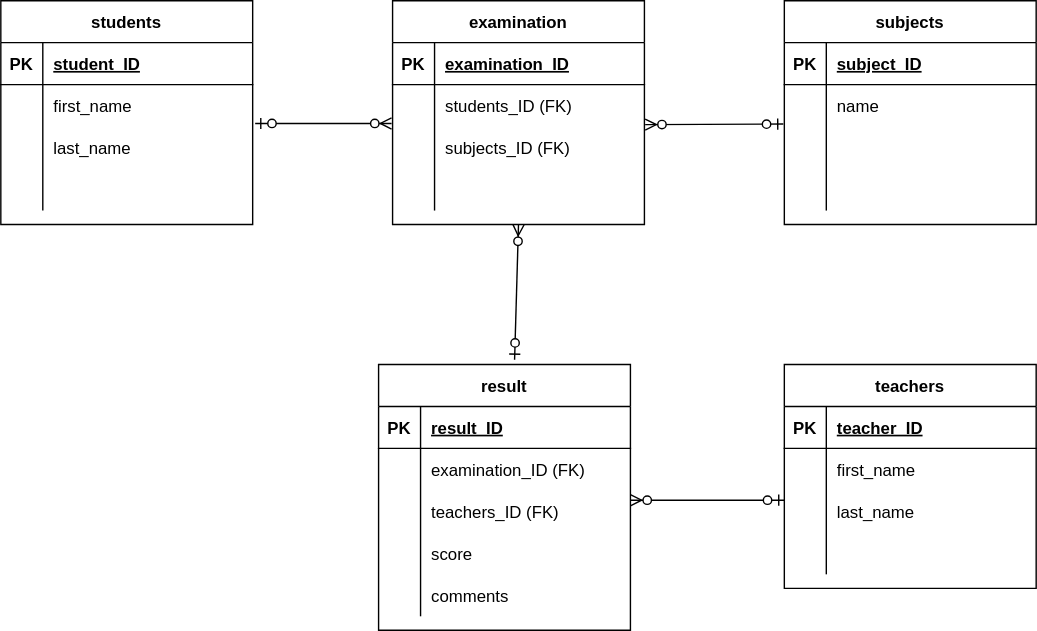
kaoriyatate/20221216_yatate keeps this draw.io diagram as index.drawio.svg. Above is the earlier version. Source tidied: cells renumbered, new cells last; positions are measured from the earlier drawing's top-left corner, leaving out a move shared by most shapes.
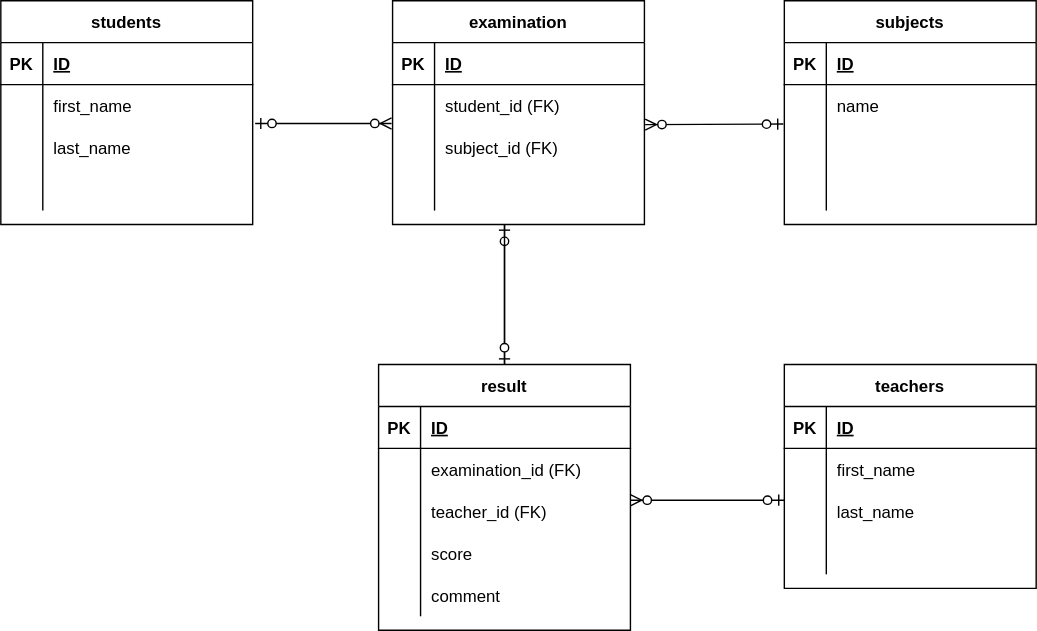
The same diagram one commit later.

What changed in the source:
```diff
@@ -11,7 +11,7 @@
     <mxCell id="4" value="PK" style="shape=partialRectangle;fillColor=none;top=0;left=0;bottom=0;right=0;fontStyle=1;overflow=hidden;" parent="3" vertex="1">
       <mxGeometry width="30" height="30" as="geometry" />
     </mxCell>
-    <mxCell id="5" value="student_ID" style="shape=partialRectangle;fillColor=none;top=0;left=0;bottom=0;right=0;align=left;spacingLeft=6;fontStyle=5;overflow=hidden;" parent="3" vertex="1">
+    <mxCell id="5" value="ID" style="shape=partialRectangle;fillColor=none;top=0;left=0;bottom=0;right=0;align=left;spacingLeft=6;fontStyle=5;overflow=hidden;" parent="3" vertex="1">
       <mxGeometry x="30" width="150" height="30" as="geometry" />
     </mxCell>
     <mxCell id="6" style="shape=partialRectangle;fillColor=none;top=0;left=0;bottom=0;right=0;" parent="2" vertex="1">
@@ -50,7 +50,7 @@
     <mxCell id="17" value="PK" style="shape=partialRectangle;fillColor=none;top=0;left=0;bottom=0;right=0;fontStyle=1;overflow=hidden;" parent="16" vertex="1">
       <mxGeometry width="30" height="30" as="geometry" />
     </mxCell>
-    <mxCell id="18" value="examination_ID" style="shape=partialRectangle;fillColor=none;top=0;left=0;bottom=0;right=0;align=left;spacingLeft=6;fontStyle=5;overflow=hidden;" parent="16" vertex="1">
+    <mxCell id="18" value="ID" style="shape=partialRectangle;fillColor=none;top=0;left=0;bottom=0;right=0;align=left;spacingLeft=6;fontStyle=5;overflow=hidden;" parent="16" vertex="1">
       <mxGeometry x="30" width="150" height="30" as="geometry" />
     </mxCell>
     <mxCell id="19" style="shape=partialRectangle;fillColor=none;top=0;left=0;bottom=0;right=0;" parent="15" vertex="1">
@@ -59,7 +59,7 @@
     <mxCell id="20" style="shape=partialRectangle;fillColor=none;top=0;left=0;bottom=0;right=0;overflow=hidden;" parent="19" vertex="1">
       <mxGeometry width="30" height="30" as="geometry" />
     </mxCell>
-    <mxCell id="21" value="students_ID (FK)" style="shape=partialRectangle;fillColor=none;top=0;left=0;bottom=0;right=0;align=left;spacingLeft=6;overflow=hidden;" parent="19" vertex="1">
+    <mxCell id="21" value="student_id (FK)" style="shape=partialRectangle;fillColor=none;top=0;left=0;bottom=0;right=0;align=left;spacingLeft=6;overflow=hidden;" parent="19" vertex="1">
       <mxGeometry x="30" width="150" height="30" as="geometry" />
     </mxCell>
     <mxCell id="22" style="shape=partialRectangle;fillColor=none;top=0;left=0;bottom=0;right=0;points=[[0,0.5],[1,0.5]];portConstraint=eastwest;" parent="15" vertex="1">
@@ -68,7 +68,7 @@
     <mxCell id="23" style="shape=partialRectangle;fillColor=none;top=0;left=0;bottom=0;right=0;overflow=hidden;" parent="22" vertex="1">
       <mxGeometry width="30" height="30" as="geometry" />
     </mxCell>
-    <mxCell id="24" value="subjects_ID (FK)" style="shape=partialRectangle;fillColor=none;top=0;left=0;bottom=0;right=0;align=left;spacingLeft=6;overflow=hidden;" parent="22" vertex="1">
+    <mxCell id="24" value="subject_id (FK)" style="shape=partialRectangle;fillColor=none;top=0;left=0;bottom=0;right=0;align=left;spacingLeft=6;overflow=hidden;" parent="22" vertex="1">
       <mxGeometry x="30" width="150" height="30" as="geometry" />
     </mxCell>
     <mxCell id="25" style="shape=partialRectangle;fillColor=none;top=0;left=0;bottom=0;right=0;" parent="15" vertex="1">
@@ -89,7 +89,7 @@
     <mxCell id="30" value="PK" style="shape=partialRectangle;fillColor=none;top=0;left=0;bottom=0;right=0;fontStyle=1;overflow=hidden;" parent="29" vertex="1">
       <mxGeometry width="30" height="30" as="geometry" />
     </mxCell>
-    <mxCell id="31" value="subject_ID" style="shape=partialRectangle;fillColor=none;top=0;left=0;bottom=0;right=0;align=left;spacingLeft=6;fontStyle=5;overflow=hidden;" parent="29" vertex="1">
+    <mxCell id="31" value="ID" style="shape=partialRectangle;fillColor=none;top=0;left=0;bottom=0;right=0;align=left;spacingLeft=6;fontStyle=5;overflow=hidden;" parent="29" vertex="1">
       <mxGeometry x="30" width="150" height="30" as="geometry" />
     </mxCell>
     <mxCell id="32" style="shape=partialRectangle;fillColor=none;top=0;left=0;bottom=0;right=0;" parent="28" vertex="1">
@@ -128,7 +128,7 @@
     <mxCell id="43" value="PK" style="shape=partialRectangle;fillColor=none;top=0;left=0;bottom=0;right=0;fontStyle=1;overflow=hidden;" parent="42" vertex="1">
       <mxGeometry width="30" height="30" as="geometry" />
     </mxCell>
-    <mxCell id="44" value="result_ID" style="shape=partialRectangle;fillColor=none;top=0;left=0;bottom=0;right=0;align=left;spacingLeft=6;fontStyle=5;overflow=hidden;" parent="42" vertex="1">
+    <mxCell id="44" value="ID" style="shape=partialRectangle;fillColor=none;top=0;left=0;bottom=0;right=0;align=left;spacingLeft=6;fontStyle=5;overflow=hidden;" parent="42" vertex="1">
       <mxGeometry x="30" width="150" height="30" as="geometry" />
     </mxCell>
     <mxCell id="45" style="shape=partialRectangle;fillColor=none;top=0;left=0;bottom=0;right=0;" parent="41" vertex="1">
@@ -137,7 +137,7 @@
     <mxCell id="46" style="shape=partialRectangle;fillColor=none;top=0;left=0;bottom=0;right=0;overflow=hidden;" parent="45" vertex="1">
       <mxGeometry width="30" height="30" as="geometry" />
     </mxCell>
-    <mxCell id="47" value="examination_ID (FK)" style="shape=partialRectangle;fillColor=none;top=0;left=0;bottom=0;right=0;align=left;spacingLeft=6;overflow=hidden;" parent="45" vertex="1">
+    <mxCell id="47" value="examination_id (FK)" style="shape=partialRectangle;fillColor=none;top=0;left=0;bottom=0;right=0;align=left;spacingLeft=6;overflow=hidden;" parent="45" vertex="1">
       <mxGeometry x="30" width="150" height="30" as="geometry" />
     </mxCell>
     <mxCell id="48" style="shape=partialRectangle;fillColor=none;top=0;left=0;bottom=0;right=0;" parent="41" vertex="1">
@@ -146,7 +146,7 @@
     <mxCell id="49" style="shape=partialRectangle;fillColor=none;top=0;left=0;bottom=0;right=0;overflow=hidden;" parent="48" vertex="1">
       <mxGeometry width="30" height="30" as="geometry" />
     </mxCell>
-    <mxCell id="50" value="teachers_ID (FK)" style="shape=partialRectangle;fillColor=none;top=0;left=0;bottom=0;right=0;align=left;spacingLeft=6;overflow=hidden;" parent="48" vertex="1">
+    <mxCell id="50" value="teacher_id (FK)" style="shape=partialRectangle;fillColor=none;top=0;left=0;bottom=0;right=0;align=left;spacingLeft=6;overflow=hidden;" parent="48" vertex="1">
       <mxGeometry x="30" width="150" height="30" as="geometry" />
     </mxCell>
     <mxCell id="51" style="shape=partialRectangle;fillColor=none;top=0;left=0;bottom=0;right=0;" parent="41" vertex="1">
@@ -164,7 +164,7 @@
     <mxCell id="55" style="shape=partialRectangle;fillColor=none;top=0;left=0;bottom=0;right=0;overflow=hidden;" parent="54" vertex="1">
       <mxGeometry width="30" height="30" as="geometry" />
     </mxCell>
-    <mxCell id="56" value="comments" style="shape=partialRectangle;fillColor=none;top=0;left=0;bottom=0;right=0;align=left;spacingLeft=6;overflow=hidden;" parent="54" vertex="1">
+    <mxCell id="56" value="comment" style="shape=partialRectangle;fillColor=none;top=0;left=0;bottom=0;right=0;align=left;spacingLeft=6;overflow=hidden;" parent="54" vertex="1">
       <mxGeometry x="30" width="150" height="30" as="geometry" />
     </mxCell>
     <mxCell id="57" value="teachers" style="shape=table;startSize=30;rowLines=0;fontStyle=1;align=center;" parent="1" vertex="1">
@@ -176,7 +176,7 @@
     <mxCell id="59" value="PK" style="shape=partialRectangle;fillColor=none;top=0;left=0;bottom=0;right=0;fontStyle=1;overflow=hidden;" parent="58" vertex="1">
       <mxGeometry width="30" height="30" as="geometry" />
     </mxCell>
-    <mxCell id="60" value="teacher_ID" style="shape=partialRectangle;fillColor=none;top=0;left=0;bottom=0;right=0;align=left;spacingLeft=6;fontStyle=5;overflow=hidden;" parent="58" vertex="1">
+    <mxCell id="60" value="ID" style="shape=partialRectangle;fillColor=none;top=0;left=0;bottom=0;right=0;align=left;spacingLeft=6;fontStyle=5;overflow=hidden;" parent="58" vertex="1">
       <mxGeometry x="30" width="150" height="30" as="geometry" />
     </mxCell>
     <mxCell id="61" style="shape=partialRectangle;fillColor=none;top=0;left=0;bottom=0;right=0;" parent="57" vertex="1">
@@ -206,9 +206,6 @@
     <mxCell id="69" style="shape=partialRectangle;fillColor=none;top=0;left=0;bottom=0;right=0;align=left;spacingLeft=6;overflow=hidden;" parent="67" vertex="1">
       <mxGeometry x="30" width="150" height="30" as="geometry" />
     </mxCell>
-    <mxCell id="70" style="fontSize=12;html=1;endArrow=ERzeroToMany;startArrow=ERzeroToOne;entryX=0.5;entryY=1;entryDx=0;entryDy=0;exitX=0.54;exitY=-0.018;exitDx=0;exitDy=0;exitPerimeter=0;" parent="1" edge="1" source="41" target="15">
-      <mxGeometry relative="1" as="geometry" />
-    </mxCell>
     <mxCell id="71" style="fontSize=12;html=1;endArrow=ERzeroToMany;startArrow=ERzeroToOne;exitX=-0.004;exitY=-0.061;exitDx=0;exitDy=0;exitPerimeter=0;entryX=1.003;entryY=-0.047;entryDx=0;entryDy=0;entryPerimeter=0;" parent="1" edge="1" source="35" target="22">
       <mxGeometry relative="1" as="geometry" />
     </mxCell>
@@ -224,5 +221,16 @@
     <mxCell id="73" style="fontSize=12;html=1;endArrow=ERzeroToMany;startArrow=ERzeroToOne;entryX=-0.004;entryY=-0.075;entryDx=0;entryDy=0;entryPerimeter=0;exitX=1.01;exitY=-0.075;exitDx=0;exitDy=0;exitPerimeter=0;" parent="1" edge="1" source="9" target="22">
       <mxGeometry relative="1" as="geometry" />
     </mxCell>
+    <mxCell id="74" style="fontSize=12;html=1;endArrow=ERzeroToOne;endFill=1;exitX=0.5;exitY=0;exitDx=0;exitDy=0;" parent="1" edge="1" source="41">
+      <mxGeometry relative="1" as="geometry">
+        <mxPoint x="360" y="160" as="targetPoint" />
+      </mxGeometry>
+    </mxCell>
+    <mxCell id="75" style="fontSize=12;html=1;endArrow=ERzeroToOne;endFill=1;" parent="1" edge="1">
+      <mxGeometry relative="1" as="geometry">
+        <mxPoint x="360" y="160" as="sourcePoint" />
+        <mxPoint x="360" y="260" as="targetPoint" />
+      </mxGeometry>
+    </mxCell>
   </root>
 </mxGraphModel>
```
